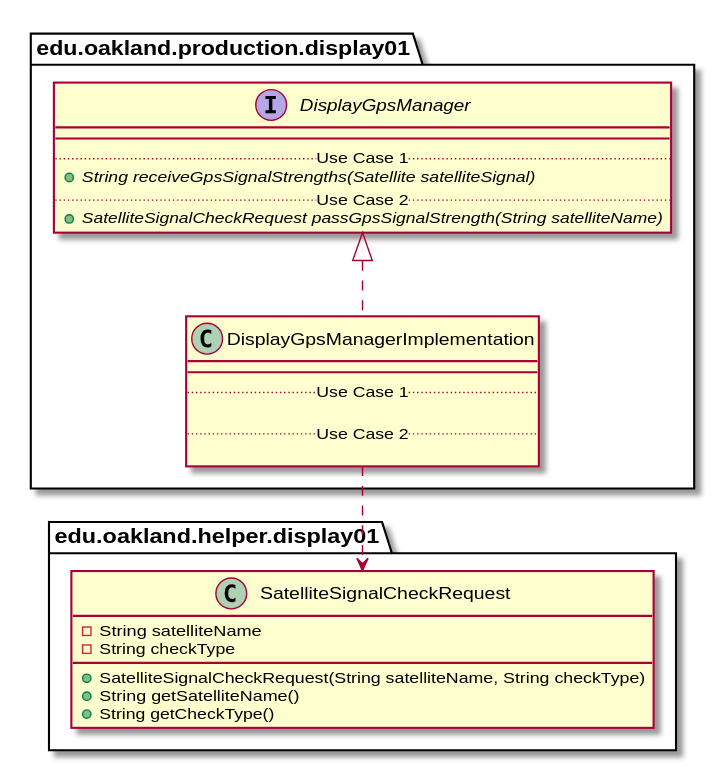
The PlantUML diagram docs/uml-class-diagrams/display01/production/DisplayGpsManagerImplementation/DisplayGpsManagerImplementation_DirectDependencies.svg in andrewdimmer/csi-3370-software-project, before a commit.
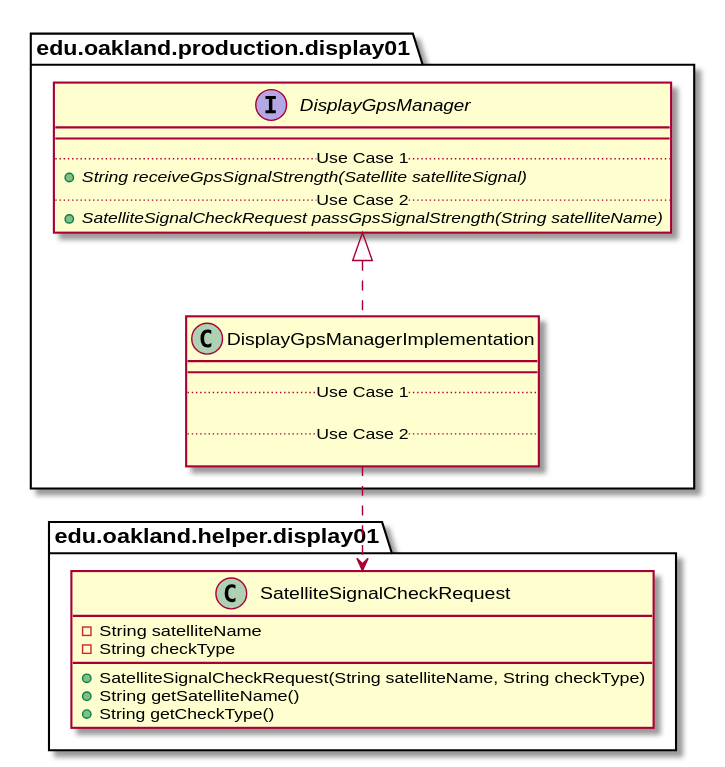
After the commit.

The edit, as a diff of the source:
```diff
@@ -1,85 +1,43 @@
 @startuml DisplayGpsManagerImplementation_DirectDependencies
 
 
+package edu.oakland.production.display01 {
+    class DisplayGpsManagerImplementation {
+        __
+        .. Use Case 1 ..
+
+        .. Use Case 2 ..
+
+    }
+}
 
 
 
 package edu.oakland.production.display01 {
-
-    class DisplayGpsManagerImplementation {
-
+    interface DisplayGpsManager {
         __
-
         .. Use Case 1 ..
-
-
-
+        {abstract} + String receiveGpsSignalStrength(Satellite satelliteSignal)
         .. Use Case 2 ..
-
-
-
+        {abstract} + SatelliteSignalCheckRequest passGpsSignalStrength(String satelliteName)
     }
-
 }
-
-
-
-
-
-
-
-package edu.oakland.production.display01 {
-
-    interface DisplayGpsManager {
-
-        __
-
-        .. Use Case 1 ..
-
-        {abstract} + String receiveGpsSignalStrength(Satellite satelliteSignal)
-
-        .. Use Case 2 ..
-
-        {abstract} + SatelliteSignalCheckRequest passGpsSignalStrength(String satelliteName)
-
-    }
-
-}
-
-
 
 DisplayGpsManagerImplementation .up.|> DisplayGpsManager
 
 
-
-
-
 package edu.oakland.helper.display01 {
-
     class SatelliteSignalCheckRequest {
-
         - String satelliteName
-
         - String checkType
-
         + SatelliteSignalCheckRequest(String satelliteName, String checkType)
-
         + String getSatelliteName()
-
         + String getCheckType()
-
     }
-
 }
-
-
 
 DisplayGpsManagerImplementation ..> SatelliteSignalCheckRequest
 
 
 
-
-
-
-
 @enduml
```
